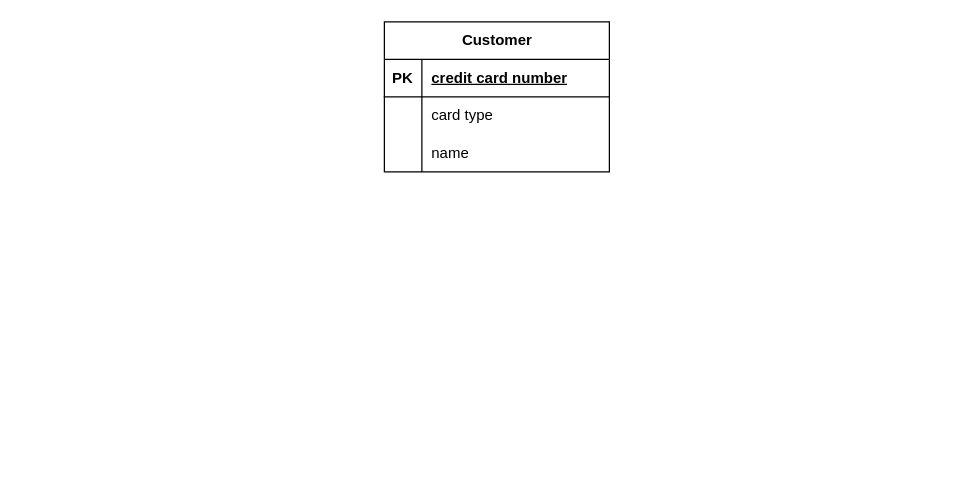
devanshkhandelwal/cs348 keeps this draw.io diagram as Untitled Diagram.drawio. Above is the earlier version. Source tidied: cells renumbered, new cells numbered last; positions are measured from the earlier drawing's top-left corner, leaving out a move shared by most shapes. Both pictures are drawn from the tidied source at 125%, with x=0, y=0 at pixel (384, 21).
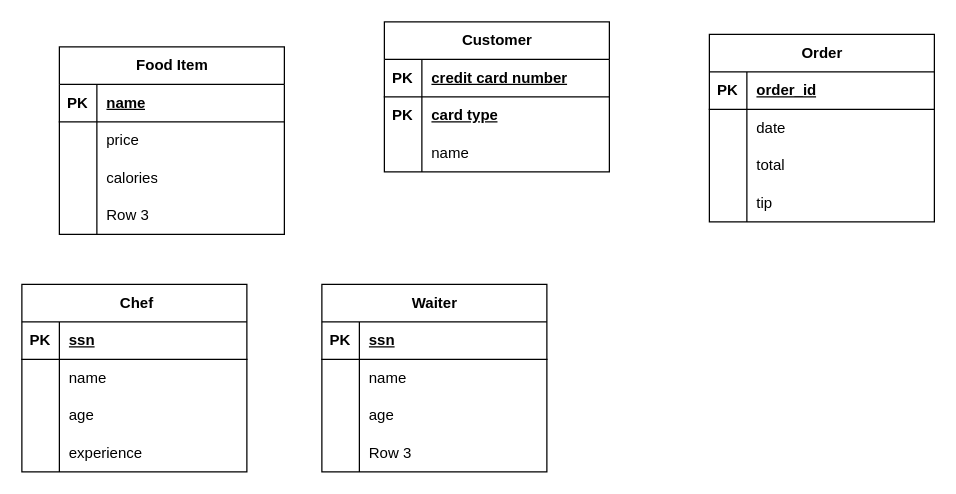
After the change.

Unchanged cells that the change refers to:
```xml
<mxCell id="2" value="Customer" style="shape=table;startSize=30;childLayout=tableLayout;rowLines=0;fontStyle=1;align=center;html=1;" parent="1" vertex="1">
  <mxGeometry width="180" height="120" as="geometry" />
</mxCell>
```

Diff of the diagram source:
```diff
@@
-    <mxCell id="3" style="shape=tableRow;horizontal=0;startSize=0;swimlaneHead=0;swimlaneBody=0;fillColor=none;top=0;left=0;right=0;bottom=1;" parent="2" vertex="1">
+    <mxCell id="3" style="shape=tableRow;horizontal=0;startSize=0;swimlaneHead=0;swimlaneBody=0;fillColor=none;top=0;left=0;right=0;bottom=1;perimeterSpacing=3;" parent="2" vertex="1">
       <mxGeometry y="30" width="180" height="30" as="geometry" />
     </mxCell>
-    <mxCell id="4" value="PK" style="shape=partialRectangle;fillColor=none;top=0;left=0;bottom=0;right=0;fontStyle=1;overflow=hidden;whiteSpace=wrap;html=1;" parent="3" vertex="1">
+    <mxCell id="4" value="PK" style="shape=partialRectangle;fillColor=none;top=0;left=0;bottom=0;right=0;fontStyle=1;overflow=hidden;whiteSpace=wrap;html=1;perimeterSpacing=3;" parent="3" vertex="1">
       <mxGeometry width="30" height="30" as="geometry" />
     </mxCell>
-    <mxCell id="5" value="credit card number" style="shape=partialRectangle;fillColor=none;top=0;left=0;bottom=0;right=0;align=left;spacingLeft=6;fontStyle=5;overflow=hidden;whiteSpace=wrap;html=1;" parent="3" vertex="1">
+    <mxCell id="5" value="credit card number" style="shape=partialRectangle;fillColor=none;top=0;left=0;bottom=0;right=0;align=left;spacingLeft=6;fontStyle=5;overflow=hidden;whiteSpace=wrap;html=1;perimeterSpacing=3;" parent="3" vertex="1">
       <mxGeometry x="30" width="150" height="30" as="geometry" />
     </mxCell>
-    <mxCell id="6" style="shape=tableRow;horizontal=0;startSize=0;swimlaneHead=0;swimlaneBody=0;fillColor=none;top=0;left=0;right=0;bottom=0;" parent="2" vertex="1">
+    <mxCell id="6" style="shape=tableRow;horizontal=0;startSize=0;swimlaneHead=0;swimlaneBody=0;fillColor=none;top=0;left=0;right=0;bottom=0;perimeterSpacing=3;" parent="2" vertex="1">
       <mxGeometry y="60" width="180" height="30" as="geometry" />
     </mxCell>
-    <mxCell id="7" style="shape=partialRectangle;fillColor=none;top=0;left=0;bottom=0;right=0;overflow=hidden;whiteSpace=wrap;html=1;" parent="6" vertex="1">
+    <mxCell id="7" value="&lt;b&gt;PK&lt;/b&gt;" style="shape=partialRectangle;fillColor=none;top=0;left=0;bottom=0;right=0;overflow=hidden;whiteSpace=wrap;html=1;perimeterSpacing=3;" parent="6" vertex="1">
       <mxGeometry width="30" height="30" as="geometry" />
     </mxCell>
-    <mxCell id="8" value="card type" style="shape=partialRectangle;fillColor=none;top=0;left=0;bottom=0;right=0;align=left;spacingLeft=6;overflow=hidden;whiteSpace=wrap;html=1;" parent="6" vertex="1">
+    <mxCell id="8" value="&lt;b&gt;&lt;u&gt;card type&lt;/u&gt;&lt;/b&gt;" style="shape=partialRectangle;fillColor=none;top=0;left=0;bottom=0;right=0;align=left;spacingLeft=6;overflow=hidden;whiteSpace=wrap;html=1;strokeWidth=5;perimeterSpacing=3;" parent="6" vertex="1">
       <mxGeometry x="30" width="150" height="30" as="geometry" />
     </mxCell>
-    <mxCell id="9" style="shape=tableRow;horizontal=0;startSize=0;swimlaneHead=0;swimlaneBody=0;fillColor=none;top=0;left=0;right=0;bottom=0;" parent="2" vertex="1">
+    <mxCell id="9" style="shape=tableRow;horizontal=0;startSize=0;swimlaneHead=0;swimlaneBody=0;fillColor=none;top=0;left=0;right=0;bottom=0;perimeterSpacing=3;" parent="2" vertex="1">
       <mxGeometry y="90" width="180" height="30" as="geometry" />
     </mxCell>
-    <mxCell id="10" style="shape=partialRectangle;fillColor=none;top=0;left=0;bottom=0;right=0;overflow=hidden;whiteSpace=wrap;html=1;" parent="9" vertex="1">
+    <mxCell id="10" style="shape=partialRectangle;fillColor=none;top=0;left=0;bottom=0;right=0;overflow=hidden;whiteSpace=wrap;html=1;strokeColor=default;perimeterSpacing=3;" parent="9" vertex="1">
       <mxGeometry width="30" height="30" as="geometry" />
     </mxCell>
-    <mxCell id="11" value="name" style="shape=partialRectangle;fillColor=none;top=0;left=0;bottom=0;right=0;align=left;spacingLeft=6;overflow=hidden;whiteSpace=wrap;html=1;" parent="9" vertex="1">
+    <mxCell id="11" value="name" style="shape=partialRectangle;fillColor=none;top=0;left=0;bottom=0;right=0;align=left;spacingLeft=6;overflow=hidden;whiteSpace=wrap;html=1;perimeterSpacing=3;" parent="9" vertex="1">
       <mxGeometry x="30" width="150" height="30" as="geometry" />
     </mxCell>
+    <mxCell id="12" value="Food Item" style="shape=table;startSize=30;childLayout=tableLayout;rowLines=0;fontStyle=1;align=center;html=1;" parent="1" vertex="1">
+      <mxGeometry x="-260" y="20" width="180" height="150" as="geometry" />
+    </mxCell>
+    <mxCell id="13" style="shape=tableRow;horizontal=0;startSize=0;swimlaneHead=0;swimlaneBody=0;fillColor=none;top=0;left=0;right=0;bottom=1;" parent="12" vertex="1">
+      <mxGeometry y="30" width="180" height="30" as="geometry" />
+    </mxCell>
+    <mxCell id="14" value="PK" style="shape=partialRectangle;fillColor=none;top=0;left=0;bottom=0;right=0;fontStyle=1;overflow=hidden;whiteSpace=wrap;html=1;" parent="13" vertex="1">
+      <mxGeometry width="30" height="30" as="geometry" />
+    </mxCell>
+    <mxCell id="15" value="name" style="shape=partialRectangle;fillColor=none;top=0;left=0;bottom=0;right=0;align=left;spacingLeft=6;fontStyle=5;overflow=hidden;whiteSpace=wrap;html=1;" parent="13" vertex="1">
+      <mxGeometry x="30" width="150" height="30" as="geometry" />
+    </mxCell>
+    <mxCell id="16" style="shape=tableRow;horizontal=0;startSize=0;swimlaneHead=0;swimlaneBody=0;fillColor=none;top=0;left=0;right=0;bottom=0;" parent="12" vertex="1">
+      <mxGeometry y="60" width="180" height="30" as="geometry" />
+    </mxCell>
+    <mxCell id="17" style="shape=partialRectangle;fillColor=none;top=0;left=0;bottom=0;right=0;overflow=hidden;whiteSpace=wrap;html=1;" parent="16" vertex="1">
+      <mxGeometry width="30" height="30" as="geometry" />
+    </mxCell>
+    <mxCell id="18" value="price" style="shape=partialRectangle;fillColor=none;top=0;left=0;bottom=0;right=0;align=left;spacingLeft=6;overflow=hidden;whiteSpace=wrap;html=1;" parent="16" vertex="1">
+      <mxGeometry x="30" width="150" height="30" as="geometry" />
+    </mxCell>
+    <mxCell id="19" style="shape=tableRow;horizontal=0;startSize=0;swimlaneHead=0;swimlaneBody=0;fillColor=none;top=0;left=0;right=0;bottom=0;" parent="12" vertex="1">
+      <mxGeometry y="90" width="180" height="30" as="geometry" />
+    </mxCell>
+    <mxCell id="20" style="shape=partialRectangle;fillColor=none;top=0;left=0;bottom=0;right=0;overflow=hidden;whiteSpace=wrap;html=1;" parent="19" vertex="1">
+      <mxGeometry width="30" height="30" as="geometry" />
+    </mxCell>
+    <mxCell id="21" value="calories" style="shape=partialRectangle;fillColor=none;top=0;left=0;bottom=0;right=0;align=left;spacingLeft=6;overflow=hidden;whiteSpace=wrap;html=1;" parent="19" vertex="1">
+      <mxGeometry x="30" width="150" height="30" as="geometry" />
+    </mxCell>
+    <mxCell id="22" style="shape=tableRow;horizontal=0;startSize=0;swimlaneHead=0;swimlaneBody=0;fillColor=none;top=0;left=0;right=0;bottom=0;" parent="12" vertex="1">
+      <mxGeometry y="120" width="180" height="30" as="geometry" />
+    </mxCell>
+    <mxCell id="23" style="shape=partialRectangle;fillColor=none;top=0;left=0;bottom=0;right=0;overflow=hidden;whiteSpace=wrap;html=1;" parent="22" vertex="1">
+      <mxGeometry width="30" height="30" as="geometry" />
+    </mxCell>
+    <mxCell id="24" value="Row 3" style="shape=partialRectangle;fillColor=none;top=0;left=0;bottom=0;right=0;align=left;spacingLeft=6;overflow=hidden;whiteSpace=wrap;html=1;" parent="22" vertex="1">
+      <mxGeometry x="30" width="150" height="30" as="geometry" />
+    </mxCell>
+    <mxCell id="25" value="Order" style="shape=table;startSize=30;childLayout=tableLayout;rowLines=0;fontStyle=1;align=center;html=1;" parent="1" vertex="1">
+      <mxGeometry x="260" y="10" width="180" height="150" as="geometry" />
+    </mxCell>
+    <mxCell id="26" style="shape=tableRow;horizontal=0;startSize=0;swimlaneHead=0;swimlaneBody=0;fillColor=none;top=0;left=0;right=0;bottom=1;" parent="25" vertex="1">
+      <mxGeometry y="30" width="180" height="30" as="geometry" />
+    </mxCell>
+    <mxCell id="27" value="PK" style="shape=partialRectangle;fillColor=none;top=0;left=0;bottom=0;right=0;fontStyle=1;overflow=hidden;whiteSpace=wrap;html=1;" parent="26" vertex="1">
+      <mxGeometry width="30" height="30" as="geometry" />
+    </mxCell>
+    <mxCell id="28" value="order_id" style="shape=partialRectangle;fillColor=none;top=0;left=0;bottom=0;right=0;align=left;spacingLeft=6;fontStyle=5;overflow=hidden;whiteSpace=wrap;html=1;" parent="26" vertex="1">
+      <mxGeometry x="30" width="150" height="30" as="geometry" />
+    </mxCell>
+    <mxCell id="29" style="shape=tableRow;horizontal=0;startSize=0;swimlaneHead=0;swimlaneBody=0;fillColor=none;top=0;left=0;right=0;bottom=0;" parent="25" vertex="1">
+      <mxGeometry y="60" width="180" height="30" as="geometry" />
+    </mxCell>
+    <mxCell id="30" style="shape=partialRectangle;fillColor=none;top=0;left=0;bottom=0;right=0;overflow=hidden;whiteSpace=wrap;html=1;" parent="29" vertex="1">
+      <mxGeometry width="30" height="30" as="geometry" />
+    </mxCell>
+    <mxCell id="31" value="date" style="shape=partialRectangle;fillColor=none;top=0;left=0;bottom=0;right=0;align=left;spacingLeft=6;overflow=hidden;whiteSpace=wrap;html=1;" parent="29" vertex="1">
+      <mxGeometry x="30" width="150" height="30" as="geometry" />
+    </mxCell>
+    <mxCell id="32" style="shape=tableRow;horizontal=0;startSize=0;swimlaneHead=0;swimlaneBody=0;fillColor=none;top=0;left=0;right=0;bottom=0;" parent="25" vertex="1">
+      <mxGeometry y="90" width="180" height="30" as="geometry" />
+    </mxCell>
+    <mxCell id="33" style="shape=partialRectangle;fillColor=none;top=0;left=0;bottom=0;right=0;overflow=hidden;whiteSpace=wrap;html=1;" parent="32" vertex="1">
+      <mxGeometry width="30" height="30" as="geometry" />
+    </mxCell>
+    <mxCell id="34" value="total" style="shape=partialRectangle;fillColor=none;top=0;left=0;bottom=0;right=0;align=left;spacingLeft=6;overflow=hidden;whiteSpace=wrap;html=1;" parent="32" vertex="1">
+      <mxGeometry x="30" width="150" height="30" as="geometry" />
+    </mxCell>
+    <mxCell id="35" style="shape=tableRow;horizontal=0;startSize=0;swimlaneHead=0;swimlaneBody=0;fillColor=none;top=0;left=0;right=0;bottom=0;" parent="25" vertex="1">
+      <mxGeometry y="120" width="180" height="30" as="geometry" />
+    </mxCell>
+    <mxCell id="36" style="shape=partialRectangle;fillColor=none;top=0;left=0;bottom=0;right=0;overflow=hidden;whiteSpace=wrap;html=1;" parent="35" vertex="1">
+      <mxGeometry width="30" height="30" as="geometry" />
+    </mxCell>
+    <mxCell id="37" value="tip" style="shape=partialRectangle;fillColor=none;top=0;left=0;bottom=0;right=0;align=left;spacingLeft=6;overflow=hidden;whiteSpace=wrap;html=1;" parent="35" vertex="1">
+      <mxGeometry x="30" width="150" height="30" as="geometry" />
+    </mxCell>
+    <mxCell id="38" value="Waiter" style="shape=table;startSize=30;childLayout=tableLayout;rowLines=0;fontStyle=1;align=center;html=1;" parent="1" vertex="1">
+      <mxGeometry x="-50" y="210" width="180" height="150" as="geometry" />
+    </mxCell>
+    <mxCell id="39" style="shape=tableRow;horizontal=0;startSize=0;swimlaneHead=0;swimlaneBody=0;fillColor=none;top=0;left=0;right=0;bottom=1;" parent="38" vertex="1">
+      <mxGeometry y="30" width="180" height="30" as="geometry" />
+    </mxCell>
+    <mxCell id="40" value="PK" style="shape=partialRectangle;fillColor=none;top=0;left=0;bottom=0;right=0;fontStyle=1;overflow=hidden;whiteSpace=wrap;html=1;" parent="39" vertex="1">
+      <mxGeometry width="30" height="30" as="geometry" />
+    </mxCell>
+    <mxCell id="41" value="ssn" style="shape=partialRectangle;fillColor=none;top=0;left=0;bottom=0;right=0;align=left;spacingLeft=6;fontStyle=5;overflow=hidden;whiteSpace=wrap;html=1;" parent="39" vertex="1">
+      <mxGeometry x="30" width="150" height="30" as="geometry" />
+    </mxCell>
+    <mxCell id="42" style="shape=tableRow;horizontal=0;startSize=0;swimlaneHead=0;swimlaneBody=0;fillColor=none;top=0;left=0;right=0;bottom=0;" parent="38" vertex="1">
+      <mxGeometry y="60" width="180" height="30" as="geometry" />
+    </mxCell>
+    <mxCell id="43" style="shape=partialRectangle;fillColor=none;top=0;left=0;bottom=0;right=0;overflow=hidden;whiteSpace=wrap;html=1;" parent="42" vertex="1">
+      <mxGeometry width="30" height="30" as="geometry" />
+    </mxCell>
+    <mxCell id="44" value="name" style="shape=partialRectangle;fillColor=none;top=0;left=0;bottom=0;right=0;align=left;spacingLeft=6;overflow=hidden;whiteSpace=wrap;html=1;" parent="42" vertex="1">
+      <mxGeometry x="30" width="150" height="30" as="geometry" />
+    </mxCell>
+    <mxCell id="45" style="shape=tableRow;horizontal=0;startSize=0;swimlaneHead=0;swimlaneBody=0;fillColor=none;top=0;left=0;right=0;bottom=0;" parent="38" vertex="1">
+      <mxGeometry y="90" width="180" height="30" as="geometry" />
+    </mxCell>
+    <mxCell id="46" style="shape=partialRectangle;fillColor=none;top=0;left=0;bottom=0;right=0;overflow=hidden;whiteSpace=wrap;html=1;" parent="45" vertex="1">
+      <mxGeometry width="30" height="30" as="geometry" />
+    </mxCell>
+    <mxCell id="47" value="age" style="shape=partialRectangle;fillColor=none;top=0;left=0;bottom=0;right=0;align=left;spacingLeft=6;overflow=hidden;whiteSpace=wrap;html=1;" parent="45" vertex="1">
+      <mxGeometry x="30" width="150" height="30" as="geometry" />
+    </mxCell>
+    <mxCell id="48" style="shape=tableRow;horizontal=0;startSize=0;swimlaneHead=0;swimlaneBody=0;fillColor=none;top=0;left=0;right=0;bottom=0;" parent="38" vertex="1">
+      <mxGeometry y="120" width="180" height="30" as="geometry" />
+    </mxCell>
+    <mxCell id="49" style="shape=partialRectangle;fillColor=none;top=0;left=0;bottom=0;right=0;overflow=hidden;whiteSpace=wrap;html=1;" parent="48" vertex="1">
+      <mxGeometry width="30" height="30" as="geometry" />
+    </mxCell>
+    <mxCell id="50" value="Row 3" style="shape=partialRectangle;fillColor=none;top=0;left=0;bottom=0;right=0;align=left;spacingLeft=6;overflow=hidden;whiteSpace=wrap;html=1;" parent="48" vertex="1">
+      <mxGeometry x="30" width="150" height="30" as="geometry" />
+    </mxCell>
+    <mxCell id="51" value="&amp;nbsp;Chef" style="shape=table;startSize=30;childLayout=tableLayout;rowLines=0;fontStyle=1;align=center;html=1;" parent="1" vertex="1">
+      <mxGeometry x="-290" y="210" width="180" height="150" as="geometry" />
+    </mxCell>
+    <mxCell id="52" style="shape=tableRow;horizontal=0;startSize=0;swimlaneHead=0;swimlaneBody=0;fillColor=none;top=0;left=0;right=0;bottom=1;" parent="51" vertex="1">
+      <mxGeometry y="30" width="180" height="30" as="geometry" />
+    </mxCell>
+    <mxCell id="53" value="PK" style="shape=partialRectangle;fillColor=none;top=0;left=0;bottom=0;right=0;fontStyle=1;overflow=hidden;whiteSpace=wrap;html=1;" parent="52" vertex="1">
+      <mxGeometry width="30" height="30" as="geometry" />
+    </mxCell>
+    <mxCell id="54" value="ssn" style="shape=partialRectangle;fillColor=none;top=0;left=0;bottom=0;right=0;align=left;spacingLeft=6;fontStyle=5;overflow=hidden;whiteSpace=wrap;html=1;" parent="52" vertex="1">
+      <mxGeometry x="30" width="150" height="30" as="geometry" />
+    </mxCell>
+    <mxCell id="55" style="shape=tableRow;horizontal=0;startSize=0;swimlaneHead=0;swimlaneBody=0;fillColor=none;top=0;left=0;right=0;bottom=0;" parent="51" vertex="1">
+      <mxGeometry y="60" width="180" height="30" as="geometry" />
+    </mxCell>
+    <mxCell id="56" style="shape=partialRectangle;fillColor=none;top=0;left=0;bottom=0;right=0;overflow=hidden;whiteSpace=wrap;html=1;" parent="55" vertex="1">
+      <mxGeometry width="30" height="30" as="geometry" />
+    </mxCell>
+    <mxCell id="57" value="name" style="shape=partialRectangle;fillColor=none;top=0;left=0;bottom=0;right=0;align=left;spacingLeft=6;overflow=hidden;whiteSpace=wrap;html=1;" parent="55" vertex="1">
+      <mxGeometry x="30" width="150" height="30" as="geometry" />
+    </mxCell>
+    <mxCell id="58" style="shape=tableRow;horizontal=0;startSize=0;swimlaneHead=0;swimlaneBody=0;fillColor=none;top=0;left=0;right=0;bottom=0;" parent="51" vertex="1">
+      <mxGeometry y="90" width="180" height="30" as="geometry" />
+    </mxCell>
+    <mxCell id="59" style="shape=partialRectangle;fillColor=none;top=0;left=0;bottom=0;right=0;overflow=hidden;whiteSpace=wrap;html=1;" parent="58" vertex="1">
+      <mxGeometry width="30" height="30" as="geometry" />
+    </mxCell>
+    <mxCell id="60" value="age" style="shape=partialRectangle;fillColor=none;top=0;left=0;bottom=0;right=0;align=left;spacingLeft=6;overflow=hidden;whiteSpace=wrap;html=1;" parent="58" vertex="1">
+      <mxGeometry x="30" width="150" height="30" as="geometry" />
+    </mxCell>
+    <mxCell id="61" style="shape=tableRow;horizontal=0;startSize=0;swimlaneHead=0;swimlaneBody=0;fillColor=none;top=0;left=0;right=0;bottom=0;" parent="51" vertex="1">
+      <mxGeometry y="120" width="180" height="30" as="geometry" />
+    </mxCell>
+    <mxCell id="62" style="shape=partialRectangle;fillColor=none;top=0;left=0;bottom=0;right=0;overflow=hidden;whiteSpace=wrap;html=1;" parent="61" vertex="1">
+      <mxGeometry width="30" height="30" as="geometry" />
+    </mxCell>
+    <mxCell id="63" value="experience" style="shape=partialRectangle;fillColor=none;top=0;left=0;bottom=0;right=0;align=left;spacingLeft=6;overflow=hidden;whiteSpace=wrap;html=1;" parent="61" vertex="1">
+      <mxGeometry x="30" width="150" height="30" as="geometry" />
+    </mxCell>
```
